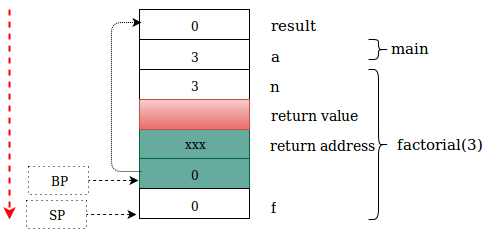
The draw.io diagram img/data_structure_41.png in silcnitc/silcnitc.github.io, before a commit. Source tidied: cells renumbered, new cells last; positions are measured from the earlier drawing's top-left corner, leaving out a move shared by most shapes. Its diagram source:
```xml
<mxGraphModel background="#ffffff">
  <root>
    <mxCell id="0" />
    <mxCell id="1" parent="0" />
    <mxCell id="2" style="whiteSpace=wrap;html=1;plain-green;fillColor=#67AB9F;gradientColor=#67AB9F;strokeColor=#006633;" parent="1" vertex="1">
      <mxGeometry x="130" y="119" width="110" height="30" as="geometry" />
    </mxCell>
    <mxCell id="3" style="whiteSpace=wrap;html=1;fillColor=#ffffff;strokeColor=#000000;" parent="1" vertex="1">
      <mxGeometry x="130" y="30" width="110" height="30" as="geometry" />
    </mxCell>
    <mxCell id="4" value="a" style="text;html=1;strokeColor=none;fillColor=none;align=center;verticalAlign=middle;whiteSpace=wrap;overflow=hidden;fontFamily=Gentium Basic;fontSize=15;" parent="1" vertex="1">
      <mxGeometry x="235" y="34" width="60" height="25" as="geometry" />
    </mxCell>
    <mxCell id="5" style="endArrow=classic;html=1;fontFamily=Gentium Basic;dashed=1;strokeWidth=2;fontColor=#E1D5E7;plain-red;strokeColor=#FF0000;" parent="1" edge="1">
      <mxGeometry x="314" y="114" as="geometry">
        <mxPoint as="sourcePoint" />
        <mxPoint y="210" as="targetPoint" />
      </mxGeometry>
    </mxCell>
    <mxCell id="6" value="3" style="text;html=1;strokeColor=none;fillColor=none;align=center;verticalAlign=middle;whiteSpace=wrap;overflow=hidden;fontFamily=Gentium Basic;" parent="1" vertex="1">
      <mxGeometry x="155" y="34" width="60" height="25" as="geometry" />
    </mxCell>
    <mxCell id="7" style="whiteSpace=wrap;html=1;fillColor=#ffffff;strokeColor=#000000;" parent="1" vertex="1">
      <mxGeometry x="130" y="60" width="110" height="30" as="geometry" />
    </mxCell>
    <mxCell id="8" value="3" style="text;html=1;strokeColor=none;fillColor=none;align=center;verticalAlign=middle;whiteSpace=wrap;overflow=hidden;fontFamily=Gentium Basic;" parent="1" vertex="1">
      <mxGeometry x="155" y="63" width="60" height="25" as="geometry" />
    </mxCell>
    <mxCell id="9" value="n &lt;br&gt;" style="text;html=1;strokeColor=none;fillColor=none;align=center;verticalAlign=middle;whiteSpace=wrap;overflow=hidden;fontFamily=Gentium Basic;fontSize=15;" parent="1" vertex="1">
      <mxGeometry x="235" y="64" width="60" height="25" as="geometry" />
    </mxCell>
    <mxCell id="10" style="whiteSpace=wrap;html=1;plain-red;" parent="1" vertex="1">
      <mxGeometry x="130" y="90" width="110" height="30" as="geometry" />
    </mxCell>
    <mxCell id="11" value="return address&lt;br&gt;" style="text;html=1;strokeColor=none;fillColor=none;align=center;verticalAlign=middle;whiteSpace=wrap;overflow=hidden;fontFamily=Gentium Basic;fontSize=14;" parent="1" vertex="1">
      <mxGeometry x="243" y="123" width="139" height="27" as="geometry" />
    </mxCell>
    <mxCell id="12" style="whiteSpace=wrap;html=1;plain-green;fillColor=#67AB9F;gradientColor=#67AB9F;strokeColor=#006633;" parent="1" vertex="1">
      <mxGeometry x="130" y="149" width="110" height="30" as="geometry" />
    </mxCell>
    <mxCell id="13" style="whiteSpace=wrap;html=1;fillColor=#ffffff;strokeColor=#000000;" parent="1" vertex="1">
      <mxGeometry x="130" y="179" width="110" height="30" as="geometry" />
    </mxCell>
    <mxCell id="14" value="0" style="text;html=1;strokeColor=none;fillColor=none;align=center;verticalAlign=middle;whiteSpace=wrap;overflow=hidden;fontFamily=Gentium Basic;" parent="1" vertex="1">
      <mxGeometry x="155" y="152" width="60" height="25" as="geometry" />
    </mxCell>
    <mxCell id="15" value="f" style="text;html=1;strokeColor=none;fillColor=none;align=center;verticalAlign=middle;whiteSpace=wrap;overflow=hidden;fontFamily=Gentium Basic;fontSize=14;" parent="1" vertex="1">
      <mxGeometry x="233" y="188" width="60" height="20" as="geometry" />
    </mxCell>
    <mxCell id="16" value="0" style="text;html=1;strokeColor=none;fillColor=none;align=center;verticalAlign=middle;whiteSpace=wrap;overflow=hidden;fontFamily=Gentium Basic;" parent="1" vertex="1">
      <mxGeometry x="155" y="183" width="60" height="25" as="geometry" />
    </mxCell>
    <mxCell id="17" style="shape=curlyBracket;whiteSpace=wrap;html=1;rounded=1;strokeColor=#000000;fontSize=14;direction=west;" parent="1" vertex="1">
      <mxGeometry x="359" y="30" width="20" height="20" as="geometry" />
    </mxCell>
    <mxCell id="18" value="main" style="text;html=1;strokeColor=none;fillColor=none;align=center;verticalAlign=middle;whiteSpace=wrap;overflow=hidden;fontFamily=Gentium Basic;fontSize=15;" parent="1" vertex="1">
      <mxGeometry x="370" y="26" width="60" height="25" as="geometry" />
    </mxCell>
    <mxCell id="19" style="shape=curlyBracket;whiteSpace=wrap;html=1;rounded=1;strokeColor=#000000;fontSize=14;direction=west;" parent="1" vertex="1">
      <mxGeometry x="359" y="60" width="20" height="150" as="geometry" />
    </mxCell>
    <mxCell id="20" value="factorial(3)" style="text;html=1;strokeColor=none;fillColor=none;align=center;verticalAlign=middle;whiteSpace=wrap;overflow=hidden;fontFamily=Gentium Basic;fontSize=15;" parent="1" vertex="1">
      <mxGeometry x="385" y="122" width="90" height="25" as="geometry" />
    </mxCell>
    <mxCell id="21" style="whiteSpace=wrap;html=1;fillColor=#ffffff;strokeColor=#000000;" parent="1" vertex="1">
      <mxGeometry x="130" width="110" height="30" as="geometry" />
    </mxCell>
    <mxCell id="22" value="result" style="text;html=1;strokeColor=none;fillColor=none;align=center;verticalAlign=middle;whiteSpace=wrap;overflow=hidden;fontFamily=Gentium Basic;fontSize=15;" parent="1" vertex="1">
      <mxGeometry x="253" y="3" width="60" height="25" as="geometry" />
    </mxCell>
    <mxCell id="23" value="0" style="text;html=1;strokeColor=none;fillColor=none;align=center;verticalAlign=middle;whiteSpace=wrap;overflow=hidden;fontFamily=Gentium Basic;" parent="1" vertex="1">
      <mxGeometry x="155" y="3" width="60" height="25" as="geometry" />
    </mxCell>
    <mxCell id="24" value="return value&lt;br&gt;" style="text;html=1;strokeColor=none;fillColor=none;align=center;verticalAlign=middle;whiteSpace=wrap;overflow=hidden;fontFamily=Gentium Basic;fontSize=14;" parent="1" vertex="1">
      <mxGeometry x="235" y="93" width="139" height="27" as="geometry" />
    </mxCell>
    <mxCell id="25" value="xxx" style="text;html=1;strokeColor=none;fillColor=none;align=center;verticalAlign=middle;whiteSpace=wrap;overflow=hidden;fontFamily=Gentium Basic;" parent="1" vertex="1">
      <mxGeometry x="155" y="121" width="60" height="25" as="geometry" />
    </mxCell>
    <mxCell id="26" style="endArrow=none;html=1;strokeWidth=1;fontFamily=Gentium Basic;fontSize=15;entryX=1;entryY=0.5;startArrow=classic;startFill=1;endFill=0;dashed=1;" parent="1" edge="1" target="27">
      <mxGeometry x="259" y="241" as="geometry">
        <mxPoint x="129" y="171" as="sourcePoint" />
      </mxGeometry>
    </mxCell>
    <mxCell id="27" value="BP &lt;br&gt;" style="text;html=1;strokeColor=#000000;fillColor=none;align=center;verticalAlign=middle;whiteSpace=wrap;overflow=hidden;rounded=0;shadow=0;glass=0;fontFamily=Gentium Basic;fontSize=12;dashed=1;dashPattern=1 4;" parent="1" vertex="1">
      <mxGeometry x="19" y="157" width="60" height="28" as="geometry" />
    </mxCell>
    <mxCell id="28" style="endArrow=classic;html=1;dashed=1;entryX=0;entryY=0.25;exitX=0;exitY=0.25;dashPattern=1 1;" parent="1" edge="1">
      <mxGeometry relative="1" as="geometry">
        <mxPoint x="132" y="162" as="sourcePoint" />
        <mxPoint x="132" y="13" as="targetPoint" />
        <Array as="points">
          <mxPoint x="102" y="162" />
          <mxPoint x="102" y="13" />
        </Array>
      </mxGeometry>
    </mxCell>
    <mxCell id="29" style="endArrow=none;html=1;strokeWidth=1;fontFamily=Gentium Basic;fontSize=15;entryX=1;entryY=0.5;startArrow=classic;startFill=1;endFill=0;dashed=1;" parent="1" edge="1" target="30">
      <mxGeometry x="257" y="275" as="geometry">
        <mxPoint x="127" y="205" as="sourcePoint" />
      </mxGeometry>
    </mxCell>
    <mxCell id="30" value="SP &lt;br&gt;" style="text;html=1;strokeColor=#000000;fillColor=none;align=center;verticalAlign=middle;whiteSpace=wrap;overflow=hidden;rounded=0;shadow=0;glass=0;fontFamily=Gentium Basic;fontSize=12;dashed=1;dashPattern=1 4;" parent="1" vertex="1">
      <mxGeometry x="17" y="191" width="60" height="28" as="geometry" />
    </mxCell>
  </root>
</mxGraphModel>
```
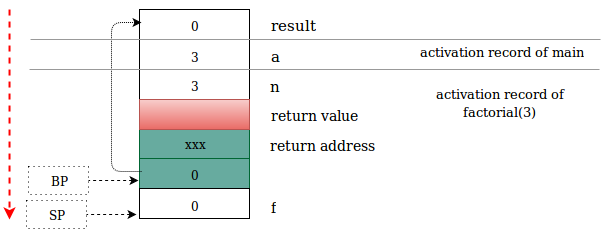
The same diagram one commit later.

What changed in the source:
```diff
@@ -50,18 +50,6 @@
     <mxCell id="16" value="0" style="text;html=1;strokeColor=none;fillColor=none;align=center;verticalAlign=middle;whiteSpace=wrap;overflow=hidden;fontFamily=Gentium Basic;" parent="1" vertex="1">
       <mxGeometry x="155" y="183" width="60" height="25" as="geometry" />
     </mxCell>
-    <mxCell id="17" style="shape=curlyBracket;whiteSpace=wrap;html=1;rounded=1;strokeColor=#000000;fontSize=14;direction=west;" parent="1" vertex="1">
-      <mxGeometry x="359" y="30" width="20" height="20" as="geometry" />
-    </mxCell>
-    <mxCell id="18" value="main" style="text;html=1;strokeColor=none;fillColor=none;align=center;verticalAlign=middle;whiteSpace=wrap;overflow=hidden;fontFamily=Gentium Basic;fontSize=15;" parent="1" vertex="1">
-      <mxGeometry x="370" y="26" width="60" height="25" as="geometry" />
-    </mxCell>
-    <mxCell id="19" style="shape=curlyBracket;whiteSpace=wrap;html=1;rounded=1;strokeColor=#000000;fontSize=14;direction=west;" parent="1" vertex="1">
-      <mxGeometry x="359" y="60" width="20" height="150" as="geometry" />
-    </mxCell>
-    <mxCell id="20" value="factorial(3)" style="text;html=1;strokeColor=none;fillColor=none;align=center;verticalAlign=middle;whiteSpace=wrap;overflow=hidden;fontFamily=Gentium Basic;fontSize=15;" parent="1" vertex="1">
-      <mxGeometry x="385" y="122" width="90" height="25" as="geometry" />
-    </mxCell>
     <mxCell id="21" style="whiteSpace=wrap;html=1;fillColor=#ffffff;strokeColor=#000000;" parent="1" vertex="1">
       <mxGeometry x="130" width="110" height="30" as="geometry" />
     </mxCell>
@@ -103,5 +91,17 @@
     <mxCell id="30" value="SP &lt;br&gt;" style="text;html=1;strokeColor=#000000;fillColor=none;align=center;verticalAlign=middle;whiteSpace=wrap;overflow=hidden;rounded=0;shadow=0;glass=0;fontFamily=Gentium Basic;fontSize=12;dashed=1;dashPattern=1 4;" parent="1" vertex="1">
       <mxGeometry x="17" y="191" width="60" height="28" as="geometry" />
     </mxCell>
+    <mxCell id="31" value="&lt;font style=&quot;font-size: 13px&quot;&gt;activation record of main&lt;/font&gt;" style="text;html=1;strokeColor=none;fillColor=none;align=center;verticalAlign=middle;whiteSpace=wrap;overflow=hidden;fontFamily=Gentium Basic;fontSize=15;" parent="1" vertex="1">
+      <mxGeometry x="400" y="19" width="184" height="46" as="geometry" />
+    </mxCell>
+    <mxCell id="32" style="verticalLabelPosition=bottom;shadow=0;dashed=0;align=center;html=1;verticalAlign=top;strokeWidth=1;shape=mxgraph.mockup.markup.line;strokeColor=#999999;" parent="1" vertex="1">
+      <mxGeometry x="20" y="50" width="570" height="20" as="geometry" />
+    </mxCell>
+    <mxCell id="33" style="verticalLabelPosition=bottom;shadow=0;dashed=0;align=center;html=1;verticalAlign=top;strokeWidth=1;shape=mxgraph.mockup.markup.line;strokeColor=#999999;" parent="1" vertex="1">
+      <mxGeometry x="21" y="20" width="570" height="20" as="geometry" />
+    </mxCell>
+    <mxCell id="34" value="&lt;font style=&quot;font-size: 13px&quot;&gt;activation record of factorial(3)&lt;br&gt;&lt;/font&gt;" style="text;html=1;strokeColor=none;fillColor=none;align=center;verticalAlign=middle;whiteSpace=wrap;overflow=hidden;fontFamily=Gentium Basic;fontSize=15;" parent="1" vertex="1">
+      <mxGeometry x="399" y="70" width="184" height="46" as="geometry" />
+    </mxCell>
   </root>
 </mxGraphModel>
```
